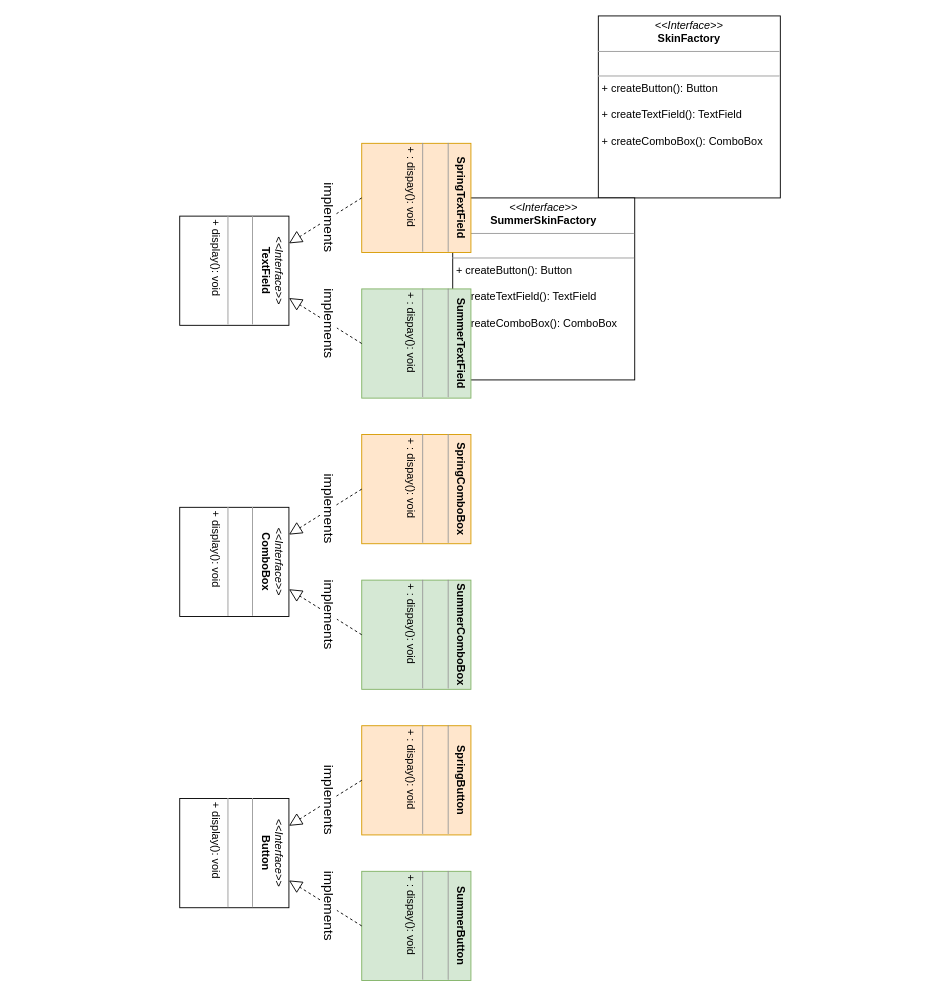
The draw.io diagram page "抽象工厂模式" (3 of 3) of typora/设计模式/uml/简单工厂/简单工厂模式.drawio in LDChing0321/JavaLearn, before the edit. Source tidied: cells renumbered, new cells numbered last; positions are measured from the earlier drawing's top-left corner, leaving out a move shared by most shapes. Both pictures are drawn from the tidied source at 91%, with x=0, y=0 at pixel (-94, 15).
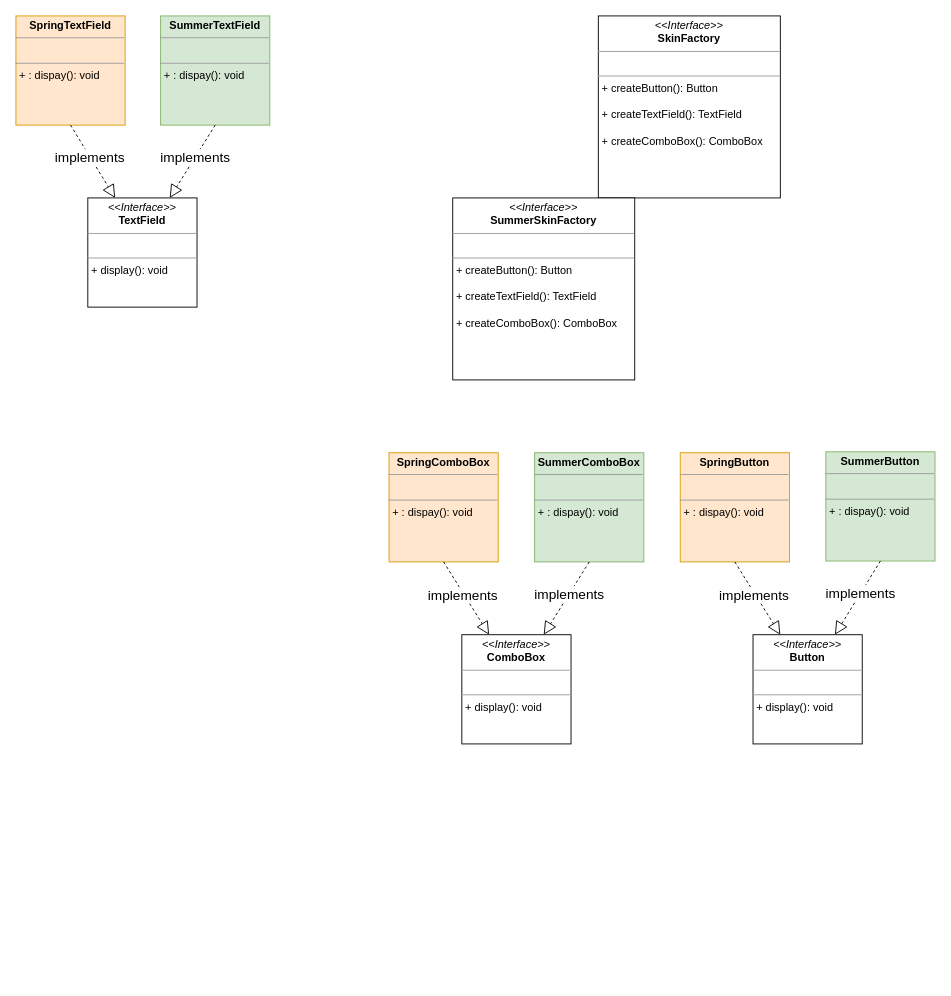
After the change.

Change to the diagram source:
```diff
@@
-    <mxCell id="4" style="group;rotation=90;" parent="1" vertex="1">
-      <mxGeometry y="440" width="920" height="320" as="geometry" />
-    </mxCell>
-    <mxCell id="5" value="&lt;p style=&quot;margin:0px;margin-top:4px;text-align:center;&quot;&gt;&lt;b&gt;SpringTextField&lt;/b&gt;&lt;br&gt;&lt;/p&gt;&lt;hr size=&quot;1&quot;&gt;&lt;p style=&quot;margin:0px;margin-left:4px;&quot;&gt;&lt;br&gt;&lt;/p&gt;&lt;hr size=&quot;1&quot;&gt;&lt;p style=&quot;margin:0px;margin-left:4px;&quot;&gt;+ :&amp;nbsp;dispay(): void&lt;/p&gt;" style="verticalAlign=top;align=left;overflow=fill;fontSize=12;fontFamily=Helvetica;html=1;fillColor=#ffe6cc;strokeColor=#d79b00;rotation=90;" parent="4" vertex="1">
-      <mxGeometry x="500" y="-300" width="120" height="120" as="geometry" />
+    <mxCell id="5" value="&lt;p style=&quot;margin:0px;margin-top:4px;text-align:center;&quot;&gt;&lt;b&gt;SpringTextField&lt;/b&gt;&lt;br&gt;&lt;/p&gt;&lt;hr size=&quot;1&quot;&gt;&lt;p style=&quot;margin:0px;margin-left:4px;&quot;&gt;&lt;br&gt;&lt;/p&gt;&lt;hr size=&quot;1&quot;&gt;&lt;p style=&quot;margin:0px;margin-left:4px;&quot;&gt;+ :&amp;nbsp;dispay(): void&lt;/p&gt;" style="verticalAlign=top;align=left;overflow=fill;fontSize=12;fontFamily=Helvetica;html=1;fillColor=#ffe6cc;strokeColor=#d79b00;rotation=0;" parent="1" vertex="1">
+      <mxGeometry x="120" width="120" height="120" as="geometry" />
     </mxCell>
-    <mxCell id="6" value="&lt;p style=&quot;margin:0px;margin-top:4px;text-align:center;&quot;&gt;&lt;b&gt;SummerTextField&lt;/b&gt;&lt;br&gt;&lt;/p&gt;&lt;hr size=&quot;1&quot;&gt;&lt;p style=&quot;margin:0px;margin-left:4px;&quot;&gt;&lt;br&gt;&lt;/p&gt;&lt;hr size=&quot;1&quot;&gt;&lt;p style=&quot;margin:0px;margin-left:4px;&quot;&gt;+ :&amp;nbsp;dispay(): void&lt;/p&gt;" style="verticalAlign=top;align=left;overflow=fill;fontSize=12;fontFamily=Helvetica;html=1;fillColor=#d5e8d4;strokeColor=#82b366;rotation=90;" parent="4" vertex="1">
-      <mxGeometry x="500" y="-140" width="120" height="120" as="geometry" />
+    <mxCell id="6" value="&lt;p style=&quot;margin:0px;margin-top:4px;text-align:center;&quot;&gt;&lt;b&gt;SummerTextField&lt;/b&gt;&lt;br&gt;&lt;/p&gt;&lt;hr size=&quot;1&quot;&gt;&lt;p style=&quot;margin:0px;margin-left:4px;&quot;&gt;&lt;br&gt;&lt;/p&gt;&lt;hr size=&quot;1&quot;&gt;&lt;p style=&quot;margin:0px;margin-left:4px;&quot;&gt;+ :&amp;nbsp;dispay(): void&lt;/p&gt;" style="verticalAlign=top;align=left;overflow=fill;fontSize=12;fontFamily=Helvetica;html=1;fillColor=#d5e8d4;strokeColor=#82b366;rotation=0;" parent="1" vertex="1">
+      <mxGeometry x="279" width="120" height="120" as="geometry" />
     </mxCell>
-    <mxCell id="7" style="endArrow=block;dashed=1;endFill=0;endSize=12;html=1;rounded=0;exitX=0.5;exitY=1;exitDx=0;exitDy=0;entryX=0.25;entryY=0;entryDx=0;entryDy=0;" parent="4" edge="1" source="5" target="18">
+    <mxCell id="7" style="endArrow=block;dashed=1;endFill=0;endSize=12;html=1;rounded=0;exitX=0.5;exitY=1;exitDx=0;exitDy=0;entryX=0.25;entryY=0;entryDx=0;entryDy=0;" parent="1" edge="1" source="5" target="18">
       <mxGeometry relative="1" as="geometry" />
     </mxCell>
-    <mxCell id="8" value="implements" style="edgeLabel;html=1;align=center;verticalAlign=middle;fontSize=15;rotation=90;" parent="7" vertex="1">
+    <mxCell id="8" value="implements" style="edgeLabel;html=1;align=center;verticalAlign=middle;fontSize=15;rotation=0;" parent="7" vertex="1">
       <mxGeometry x="-0.14" y="-1" relative="1" as="geometry" />
     </mxCell>
-    <mxCell id="9" style="endArrow=block;dashed=1;endFill=0;endSize=12;html=1;rounded=0;entryX=0.75;entryY=0;entryDx=0;entryDy=0;exitX=0.5;exitY=1;exitDx=0;exitDy=0;" parent="4" edge="1" source="6" target="18">
+    <mxCell id="9" style="endArrow=block;dashed=1;endFill=0;endSize=12;html=1;rounded=0;entryX=0.75;entryY=0;entryDx=0;entryDy=0;exitX=0.5;exitY=1;exitDx=0;exitDy=0;" parent="1" edge="1" source="6" target="18">
       <mxGeometry relative="1" as="geometry" />
     </mxCell>
-    <mxCell id="10" value="implements" style="edgeLabel;html=1;align=center;verticalAlign=middle;fontSize=15;rotation=90;" parent="9" vertex="1">
+    <mxCell id="10" value="implements" style="edgeLabel;html=1;align=center;verticalAlign=middle;fontSize=15;rotation=0;" parent="9" vertex="1">
       <mxGeometry x="-0.14" y="-1" relative="1" as="geometry" />
     </mxCell>
-    <mxCell id="11" value="&lt;p style=&quot;margin:0px;margin-top:4px;text-align:center;&quot;&gt;&lt;i&gt;&amp;lt;&amp;lt;Interface&amp;gt;&amp;gt;&lt;/i&gt;&lt;br&gt;&lt;b&gt;ComboBox&lt;/b&gt;&lt;br&gt;&lt;/p&gt;&lt;hr size=&quot;1&quot;&gt;&lt;p style=&quot;margin:0px;margin-left:4px;&quot;&gt;&lt;br&gt;&lt;/p&gt;&lt;hr size=&quot;1&quot;&gt;&lt;p style=&quot;margin:0px;margin-left:4px;&quot;&gt;+&amp;nbsp;display(): void&lt;/p&gt;" style="verticalAlign=top;align=left;overflow=fill;fontSize=12;fontFamily=Helvetica;html=1;rotation=90;" parent="4" vertex="1">
-      <mxGeometry x="300" y="100" width="120" height="120" as="geometry" />
+    <mxCell id="11" value="&lt;p style=&quot;margin:0px;margin-top:4px;text-align:center;&quot;&gt;&lt;i&gt;&amp;lt;&amp;lt;Interface&amp;gt;&amp;gt;&lt;/i&gt;&lt;br&gt;&lt;b&gt;ComboBox&lt;/b&gt;&lt;br&gt;&lt;/p&gt;&lt;hr size=&quot;1&quot;&gt;&lt;p style=&quot;margin:0px;margin-left:4px;&quot;&gt;&lt;br&gt;&lt;/p&gt;&lt;hr size=&quot;1&quot;&gt;&lt;p style=&quot;margin:0px;margin-left:4px;&quot;&gt;+&amp;nbsp;display(): void&lt;/p&gt;" style="verticalAlign=top;align=left;overflow=fill;fontSize=12;fontFamily=Helvetica;html=1;rotation=0;" parent="1" vertex="1">
+      <mxGeometry x="610" y="680" width="120" height="120" as="geometry" />
     </mxCell>
-    <mxCell id="12" value="&lt;p style=&quot;margin:0px;margin-top:4px;text-align:center;&quot;&gt;&lt;b&gt;SpringComboBox&lt;/b&gt;&lt;br&gt;&lt;/p&gt;&lt;hr size=&quot;1&quot;&gt;&lt;p style=&quot;margin:0px;margin-left:4px;&quot;&gt;&lt;br&gt;&lt;/p&gt;&lt;hr size=&quot;1&quot;&gt;&lt;p style=&quot;margin:0px;margin-left:4px;&quot;&gt;+ :&amp;nbsp;dispay(): void&lt;/p&gt;" style="verticalAlign=top;align=left;overflow=fill;fontSize=12;fontFamily=Helvetica;html=1;fillColor=#ffe6cc;strokeColor=#d79b00;rotation=90;" parent="4" vertex="1">
-      <mxGeometry x="500" y="20" width="120" height="120" as="geometry" />
+    <mxCell id="12" value="&lt;p style=&quot;margin:0px;margin-top:4px;text-align:center;&quot;&gt;&lt;b&gt;SpringComboBox&lt;/b&gt;&lt;br&gt;&lt;/p&gt;&lt;hr size=&quot;1&quot;&gt;&lt;p style=&quot;margin:0px;margin-left:4px;&quot;&gt;&lt;br&gt;&lt;/p&gt;&lt;hr size=&quot;1&quot;&gt;&lt;p style=&quot;margin:0px;margin-left:4px;&quot;&gt;+ :&amp;nbsp;dispay(): void&lt;/p&gt;" style="verticalAlign=top;align=left;overflow=fill;fontSize=12;fontFamily=Helvetica;html=1;fillColor=#ffe6cc;strokeColor=#d79b00;rotation=0;" parent="1" vertex="1">
+      <mxGeometry x="530" y="480" width="120" height="120" as="geometry" />
     </mxCell>
-    <mxCell id="13" value="&lt;p style=&quot;margin:0px;margin-top:4px;text-align:center;&quot;&gt;&lt;b&gt;SummerComboBox&lt;/b&gt;&lt;br&gt;&lt;/p&gt;&lt;hr size=&quot;1&quot;&gt;&lt;p style=&quot;margin:0px;margin-left:4px;&quot;&gt;&lt;br&gt;&lt;/p&gt;&lt;hr size=&quot;1&quot;&gt;&lt;p style=&quot;margin:0px;margin-left:4px;&quot;&gt;+ :&amp;nbsp;dispay(): void&lt;/p&gt;" style="verticalAlign=top;align=left;overflow=fill;fontSize=12;fontFamily=Helvetica;html=1;fillColor=#d5e8d4;strokeColor=#82b366;rotation=90;" parent="4" vertex="1">
-      <mxGeometry x="500" y="180" width="120" height="120" as="geometry" />
+    <mxCell id="13" value="&lt;p style=&quot;margin:0px;margin-top:4px;text-align:center;&quot;&gt;&lt;b&gt;SummerComboBox&lt;/b&gt;&lt;br&gt;&lt;/p&gt;&lt;hr size=&quot;1&quot;&gt;&lt;p style=&quot;margin:0px;margin-left:4px;&quot;&gt;&lt;br&gt;&lt;/p&gt;&lt;hr size=&quot;1&quot;&gt;&lt;p style=&quot;margin:0px;margin-left:4px;&quot;&gt;+ :&amp;nbsp;dispay(): void&lt;/p&gt;" style="verticalAlign=top;align=left;overflow=fill;fontSize=12;fontFamily=Helvetica;html=1;fillColor=#d5e8d4;strokeColor=#82b366;rotation=0;" parent="1" vertex="1">
+      <mxGeometry x="690" y="480" width="120" height="120" as="geometry" />
     </mxCell>
-    <mxCell id="14" style="endArrow=block;dashed=1;endFill=0;endSize=12;html=1;rounded=0;exitX=0.5;exitY=1;exitDx=0;exitDy=0;entryX=0.25;entryY=0;entryDx=0;entryDy=0;" parent="4" edge="1" source="12" target="11">
+    <mxCell id="14" style="endArrow=block;dashed=1;endFill=0;endSize=12;html=1;rounded=0;exitX=0.5;exitY=1;exitDx=0;exitDy=0;entryX=0.25;entryY=0;entryDx=0;entryDy=0;" parent="1" edge="1" source="12" target="11">
       <mxGeometry relative="1" as="geometry" />
     </mxCell>
-    <mxCell id="15" value="implements" style="edgeLabel;html=1;align=center;verticalAlign=middle;fontSize=15;rotation=90;" parent="14" vertex="1">
+    <mxCell id="15" value="implements" style="edgeLabel;html=1;align=center;verticalAlign=middle;fontSize=15;rotation=0;" parent="14" vertex="1">
       <mxGeometry x="-0.14" y="-1" relative="1" as="geometry" />
     </mxCell>
-    <mxCell id="16" style="endArrow=block;dashed=1;endFill=0;endSize=12;html=1;rounded=0;exitX=0.5;exitY=1;exitDx=0;exitDy=0;entryX=0.75;entryY=0;entryDx=0;entryDy=0;" parent="4" edge="1" source="13" target="11">
+    <mxCell id="16" style="endArrow=block;dashed=1;endFill=0;endSize=12;html=1;rounded=0;exitX=0.5;exitY=1;exitDx=0;exitDy=0;entryX=0.75;entryY=0;entryDx=0;entryDy=0;" parent="1" edge="1" source="13" target="11">
       <mxGeometry relative="1" as="geometry" />
     </mxCell>
-    <mxCell id="17" value="implements" style="edgeLabel;html=1;align=center;verticalAlign=middle;fontSize=15;rotation=90;" parent="16" vertex="1">
+    <mxCell id="17" value="implements" style="edgeLabel;html=1;align=center;verticalAlign=middle;fontSize=15;rotation=0;" parent="16" vertex="1">
       <mxGeometry x="-0.14" y="-1" relative="1" as="geometry" />
     </mxCell>
-    <mxCell id="18" value="&lt;p style=&quot;margin:0px;margin-top:4px;text-align:center;&quot;&gt;&lt;i&gt;&amp;lt;&amp;lt;Interface&amp;gt;&amp;gt;&lt;/i&gt;&lt;br&gt;&lt;b&gt;TextField&lt;/b&gt;&lt;br&gt;&lt;/p&gt;&lt;hr size=&quot;1&quot;&gt;&lt;p style=&quot;margin:0px;margin-left:4px;&quot;&gt;&lt;br&gt;&lt;/p&gt;&lt;hr size=&quot;1&quot;&gt;&lt;p style=&quot;margin:0px;margin-left:4px;&quot;&gt;+&amp;nbsp;display(): void&lt;/p&gt;" style="verticalAlign=top;align=left;overflow=fill;fontSize=12;fontFamily=Helvetica;html=1;rotation=90;" parent="4" vertex="1">
-      <mxGeometry x="300" y="-220" width="120" height="120" as="geometry" />
+    <mxCell id="18" value="&lt;p style=&quot;margin:0px;margin-top:4px;text-align:center;&quot;&gt;&lt;i&gt;&amp;lt;&amp;lt;Interface&amp;gt;&amp;gt;&lt;/i&gt;&lt;br&gt;&lt;b&gt;TextField&lt;/b&gt;&lt;br&gt;&lt;/p&gt;&lt;hr size=&quot;1&quot;&gt;&lt;p style=&quot;margin:0px;margin-left:4px;&quot;&gt;&lt;br&gt;&lt;/p&gt;&lt;hr size=&quot;1&quot;&gt;&lt;p style=&quot;margin:0px;margin-left:4px;&quot;&gt;+&amp;nbsp;display(): void&lt;/p&gt;" style="verticalAlign=top;align=left;overflow=fill;fontSize=12;fontFamily=Helvetica;html=1;rotation=0;" parent="1" vertex="1">
+      <mxGeometry x="199" y="200" width="120" height="120" as="geometry" />
     </mxCell>
-    <mxCell id="19" value="&lt;p style=&quot;margin:0px;margin-top:4px;text-align:center;&quot;&gt;&lt;i&gt;&amp;lt;&amp;lt;Interface&amp;gt;&amp;gt;&lt;/i&gt;&lt;br&gt;&lt;b&gt;Button&lt;/b&gt;&lt;/p&gt;&lt;hr size=&quot;1&quot;&gt;&lt;p style=&quot;margin:0px;margin-left:4px;&quot;&gt;&lt;br&gt;&lt;/p&gt;&lt;hr size=&quot;1&quot;&gt;&lt;p style=&quot;margin:0px;margin-left:4px;&quot;&gt;+&amp;nbsp;display(): void&lt;/p&gt;" style="verticalAlign=top;align=left;overflow=fill;fontSize=12;fontFamily=Helvetica;html=1;rotation=90;" parent="4" vertex="1">
-      <mxGeometry x="300" y="420" width="120" height="120" as="geometry" />
+    <mxCell id="19" value="&lt;p style=&quot;margin:0px;margin-top:4px;text-align:center;&quot;&gt;&lt;i&gt;&amp;lt;&amp;lt;Interface&amp;gt;&amp;gt;&lt;/i&gt;&lt;br&gt;&lt;b&gt;Button&lt;/b&gt;&lt;/p&gt;&lt;hr size=&quot;1&quot;&gt;&lt;p style=&quot;margin:0px;margin-left:4px;&quot;&gt;&lt;br&gt;&lt;/p&gt;&lt;hr size=&quot;1&quot;&gt;&lt;p style=&quot;margin:0px;margin-left:4px;&quot;&gt;+&amp;nbsp;display(): void&lt;/p&gt;" style="verticalAlign=top;align=left;overflow=fill;fontSize=12;fontFamily=Helvetica;html=1;rotation=0;" parent="1" vertex="1">
+      <mxGeometry x="930" y="680" width="120" height="120" as="geometry" />
     </mxCell>
-    <mxCell id="20" value="&lt;p style=&quot;margin:0px;margin-top:4px;text-align:center;&quot;&gt;&lt;b&gt;SpringButton&lt;/b&gt;&lt;/p&gt;&lt;hr size=&quot;1&quot;&gt;&lt;p style=&quot;margin:0px;margin-left:4px;&quot;&gt;&lt;br&gt;&lt;/p&gt;&lt;hr size=&quot;1&quot;&gt;&lt;p style=&quot;margin:0px;margin-left:4px;&quot;&gt;+ :&amp;nbsp;dispay(): void&lt;/p&gt;" style="verticalAlign=top;align=left;overflow=fill;fontSize=12;fontFamily=Helvetica;html=1;fillColor=#ffe6cc;strokeColor=#d79b00;rotation=90;" parent="4" vertex="1">
-      <mxGeometry x="500" y="340" width="120" height="120" as="geometry" />
+    <mxCell id="20" value="&lt;p style=&quot;margin:0px;margin-top:4px;text-align:center;&quot;&gt;&lt;b&gt;SpringButton&lt;/b&gt;&lt;/p&gt;&lt;hr size=&quot;1&quot;&gt;&lt;p style=&quot;margin:0px;margin-left:4px;&quot;&gt;&lt;br&gt;&lt;/p&gt;&lt;hr size=&quot;1&quot;&gt;&lt;p style=&quot;margin:0px;margin-left:4px;&quot;&gt;+ :&amp;nbsp;dispay(): void&lt;/p&gt;" style="verticalAlign=top;align=left;overflow=fill;fontSize=12;fontFamily=Helvetica;html=1;fillColor=#ffe6cc;strokeColor=#d79b00;rotation=0;" parent="1" vertex="1">
+      <mxGeometry x="850" y="480" width="120" height="120" as="geometry" />
     </mxCell>
-    <mxCell id="21" value="&lt;p style=&quot;margin:0px;margin-top:4px;text-align:center;&quot;&gt;&lt;b&gt;SummerButton&lt;/b&gt;&lt;/p&gt;&lt;hr size=&quot;1&quot;&gt;&lt;p style=&quot;margin:0px;margin-left:4px;&quot;&gt;&lt;br&gt;&lt;/p&gt;&lt;hr size=&quot;1&quot;&gt;&lt;p style=&quot;margin:0px;margin-left:4px;&quot;&gt;+ :&amp;nbsp;dispay(): void&lt;/p&gt;" style="verticalAlign=top;align=left;overflow=fill;fontSize=12;fontFamily=Helvetica;html=1;fillColor=#d5e8d4;strokeColor=#82b366;rotation=90;" parent="4" vertex="1">
-      <mxGeometry x="500" y="500" width="120" height="120" as="geometry" />
+    <mxCell id="21" value="&lt;p style=&quot;margin:0px;margin-top:4px;text-align:center;&quot;&gt;&lt;b&gt;SummerButton&lt;/b&gt;&lt;/p&gt;&lt;hr size=&quot;1&quot;&gt;&lt;p style=&quot;margin:0px;margin-left:4px;&quot;&gt;&lt;br&gt;&lt;/p&gt;&lt;hr size=&quot;1&quot;&gt;&lt;p style=&quot;margin:0px;margin-left:4px;&quot;&gt;+ :&amp;nbsp;dispay(): void&lt;/p&gt;" style="verticalAlign=top;align=left;overflow=fill;fontSize=12;fontFamily=Helvetica;html=1;fillColor=#d5e8d4;strokeColor=#82b366;rotation=0;" parent="1" vertex="1">
+      <mxGeometry x="1010" y="479" width="120" height="120" as="geometry" />
     </mxCell>
-    <mxCell id="22" style="endArrow=block;dashed=1;endFill=0;endSize=12;html=1;rounded=0;exitX=0.5;exitY=1;exitDx=0;exitDy=0;entryX=0.75;entryY=0;entryDx=0;entryDy=0;" parent="4" edge="1" source="21" target="19">
+    <mxCell id="22" style="endArrow=block;dashed=1;endFill=0;endSize=12;html=1;rounded=0;exitX=0.5;exitY=1;exitDx=0;exitDy=0;entryX=0.75;entryY=0;entryDx=0;entryDy=0;" parent="1" edge="1" source="21" target="19">
       <mxGeometry relative="1" as="geometry" />
     </mxCell>
-    <mxCell id="23" value="implements" style="edgeLabel;html=1;align=center;verticalAlign=middle;fontSize=15;rotation=90;" parent="22" vertex="1">
+    <mxCell id="23" value="implements" style="edgeLabel;html=1;align=center;verticalAlign=middle;fontSize=15;rotation=0;" parent="22" vertex="1">
       <mxGeometry x="-0.14" y="-1" relative="1" as="geometry" />
     </mxCell>
-    <mxCell id="24" style="endArrow=block;dashed=1;endFill=0;endSize=12;html=1;rounded=0;exitX=0.5;exitY=1;exitDx=0;exitDy=0;entryX=0.25;entryY=0;entryDx=0;entryDy=0;" parent="4" edge="1" source="20" target="19">
+    <mxCell id="24" style="endArrow=block;dashed=1;endFill=0;endSize=12;html=1;rounded=0;exitX=0.5;exitY=1;exitDx=0;exitDy=0;entryX=0.25;entryY=0;entryDx=0;entryDy=0;" parent="1" edge="1" source="20" target="19">
       <mxGeometry relative="1" as="geometry" />
     </mxCell>
-    <mxCell id="25" value="implements" style="edgeLabel;html=1;align=center;verticalAlign=middle;fontSize=15;rotation=90;" parent="24" vertex="1">
+    <mxCell id="25" value="implements" style="edgeLabel;html=1;align=center;verticalAlign=middle;fontSize=15;rotation=0;" parent="24" vertex="1">
       <mxGeometry x="-0.14" y="-1" relative="1" as="geometry" />
     </mxCell>
```
